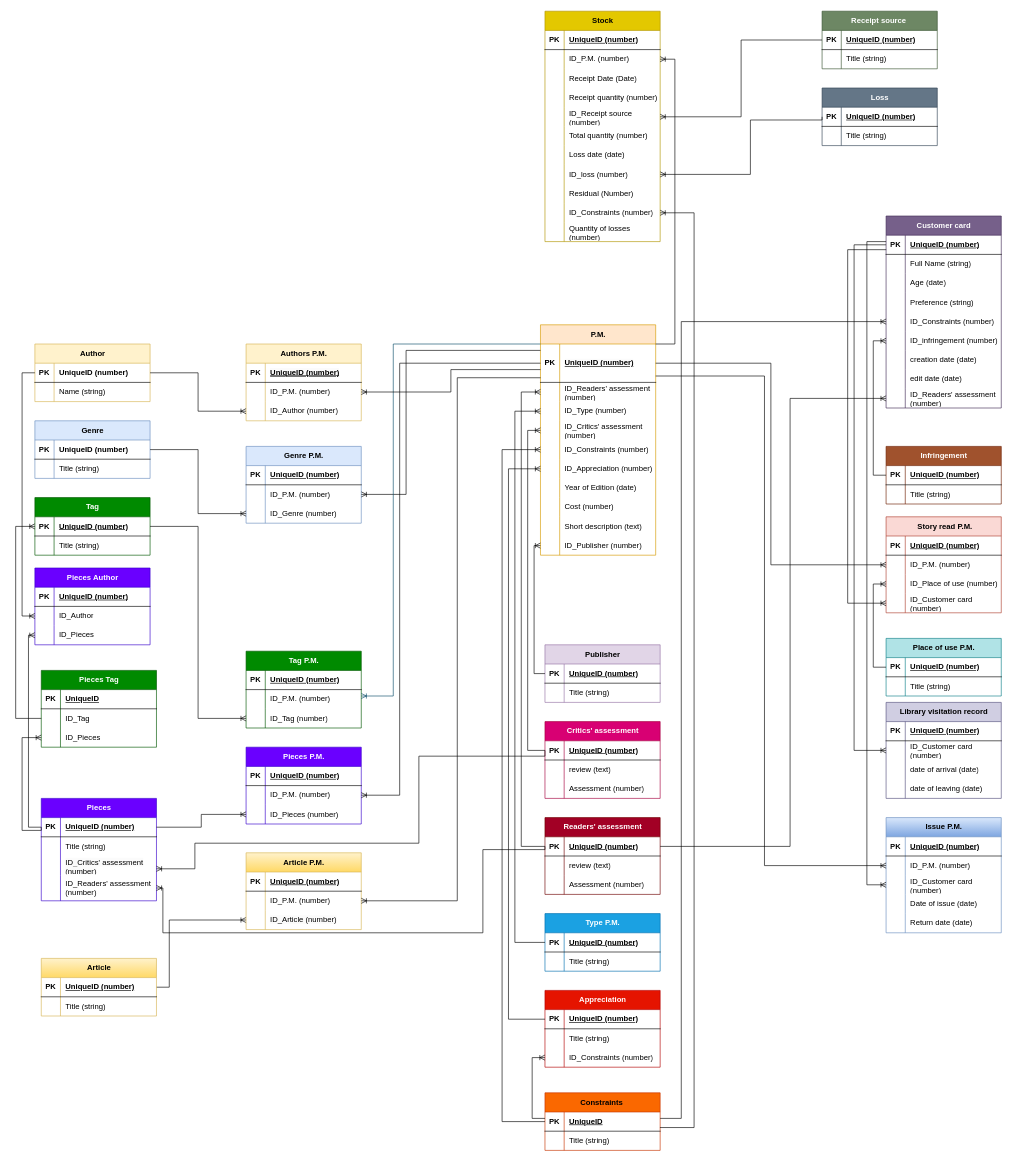
The draw.io diagram page "Страница — 2" (2 of 2) of Диаграмма без названия.drawio in whoIsJhonGalt/repFirst, before the edit. Source tidied: cells renumbered, new cells numbered last; positions are measured from the earlier drawing's top-left corner, leaving out a move shared by most shapes. Both pictures are drawn from the tidied source at 64%, with x=0, y=0 at pixel (15, 11).
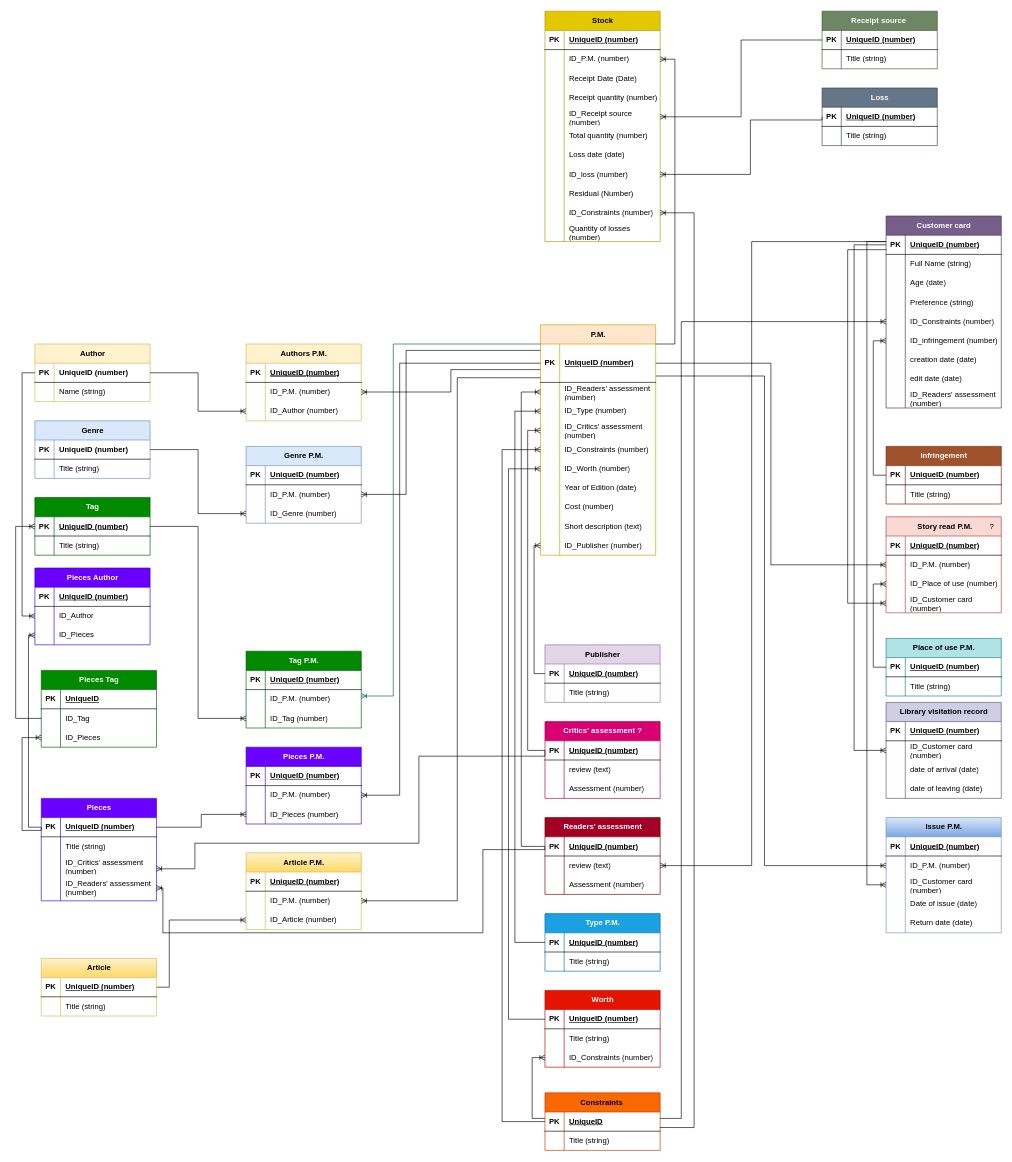
Above is the later version.

The change refers to these unchanged cells:
```xml
<mxCell id="18" style="shape=tableRow;horizontal=0;startSize=0;swimlaneHead=0;swimlaneBody=0;fillColor=none;points=[[0,0.5],[1,0.5]];portConstraint=eastwest;top=0;left=0;right=0;bottom=0;" parent="2" vertex="1">
  <mxGeometry y="210" width="180" height="30" as="geometry" />
</mxCell>
<mxCell id="158" style="shape=tableRow;horizontal=0;startSize=0;swimlaneHead=0;swimlaneBody=0;fillColor=none;points=[[0,0.5],[1,0.5]];portConstraint=eastwest;top=0;left=0;right=0;bottom=1;" parent="157" vertex="1">
  <mxGeometry y="30" width="180" height="30" as="geometry" />
</mxCell>
<mxCell id="161" style="shape=tableRow;horizontal=0;startSize=0;swimlaneHead=0;swimlaneBody=0;fillColor=none;points=[[0,0.5],[1,0.5]];portConstraint=eastwest;top=0;left=0;right=0;bottom=0;" parent="157" vertex="1">
  <mxGeometry y="60" width="180" height="30" as="geometry" />
</mxCell>
<mxCell id="248" style="shape=tableRow;horizontal=0;startSize=0;swimlaneHead=0;swimlaneBody=0;fillColor=none;points=[[0,0.5],[1,0.5]];portConstraint=eastwest;top=0;left=0;right=0;bottom=0;" parent="223" vertex="1">
  <mxGeometry y="270" width="180" height="30" as="geometry" />
</mxCell>
```

Change to the diagram source:
```diff
@@
-    <mxCell id="20" value="ID_Appreciation (number)" style="shape=partialRectangle;fillColor=none;top=0;left=0;bottom=0;right=0;align=left;spacingLeft=6;overflow=hidden;whiteSpace=wrap;html=1;" parent="18" vertex="1">
+    <mxCell id="20" value="ID_Worth (number)" style="shape=partialRectangle;fillColor=none;top=0;left=0;bottom=0;right=0;align=left;spacingLeft=6;overflow=hidden;whiteSpace=wrap;html=1;" parent="18" vertex="1">
       <mxGeometry x="30" width="150" height="30" as="geometry" />
     </mxCell>
@@
-    <mxCell id="96" value="Critics' assessment" style="shape=table;startSize=30;childLayout=tableLayout;rowLines=0;fontStyle=1;align=center;html=1;fillColor=#d80073;fontColor=#ffffff;strokeColor=#A50040;" parent="1" vertex="1">
+    <mxCell id="96" value="Critics' assessment ?" style="shape=table;startSize=30;childLayout=tableLayout;rowLines=0;fontStyle=1;align=center;html=1;fillColor=#d80073;fontColor=#ffffff;strokeColor=#A50040;" parent="1" vertex="1">
       <mxGeometry x="827" y="1110" width="180" height="120" as="geometry" />
     </mxCell>
@@
-    <mxCell id="133" value="Appreciation" style="shape=table;startSize=30;childLayout=tableLayout;rowLines=0;fontStyle=1;align=center;html=1;fillColor=#e51400;fontColor=#ffffff;strokeColor=#B20000;" parent="1" vertex="1">
+    <mxCell id="133" value="Worth" style="shape=table;startSize=30;childLayout=tableLayout;rowLines=0;fontStyle=1;align=center;html=1;fillColor=#e51400;fontColor=#ffffff;strokeColor=#B20000;" parent="1" vertex="1">
       <mxGeometry x="827" y="1530" width="180" height="120" as="geometry" />
     </mxCell>
@@
-    <mxCell id="363" style="edgeStyle=orthogonalEdgeStyle;rounded=0;jettySize=auto;html=1;endArrow=ERoneToMany;endFill=0;entryX=0;entryY=0.5;entryDx=0;entryDy=0;" parent="1" edge="1" source="158" target="248">
+    <mxCell id="363" style="edgeStyle=orthogonalEdgeStyle;rounded=0;jettySize=auto;html=1;endArrow=none;endFill=0;exitX=1;exitY=0.5;exitDx=0;exitDy=0;startArrow=ERoneToMany;startFill=0;" parent="1" edge="1" source="161">
       <mxGeometry relative="1" as="geometry">
+        <mxPoint x="1360" y="360" as="targetPoint" />
         <Array as="points">
-          <mxPoint x="1210" y="1305" />
-          <mxPoint x="1210" y="605" />
+          <mxPoint x="1150" y="1335" />
+          <mxPoint x="1150" y="360" />
         </Array>
       </mxGeometry>
     </mxCell>
@@
+    <mxCell id="365" value="?" style="text;html=1;align=center;verticalAlign=middle;strokeColor=none;fillColor=none;" parent="1" vertex="1">
+      <mxGeometry x="1510" y="790" width="30" height="30" as="geometry" />
+    </mxCell>
```
